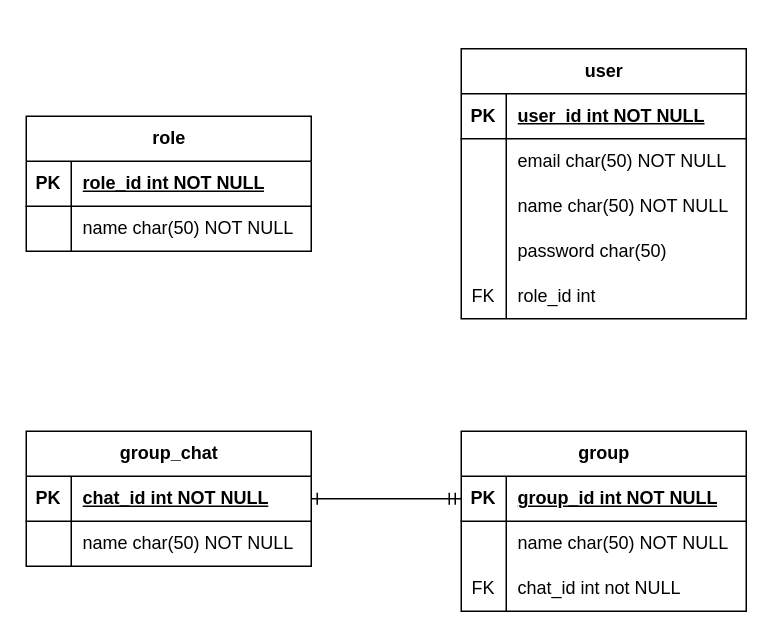
Earlier version of the draw.io diagram ER Digram.drawio (Riaz9588/Bit-Softs). Source tidied: cells renumbered, new cells numbered last; positions are measured from the earlier drawing's top-left corner, leaving out a move shared by most shapes. Both pictures are drawn from the tidied source at 150%, with x=0, y=0 at pixel (26, 48).
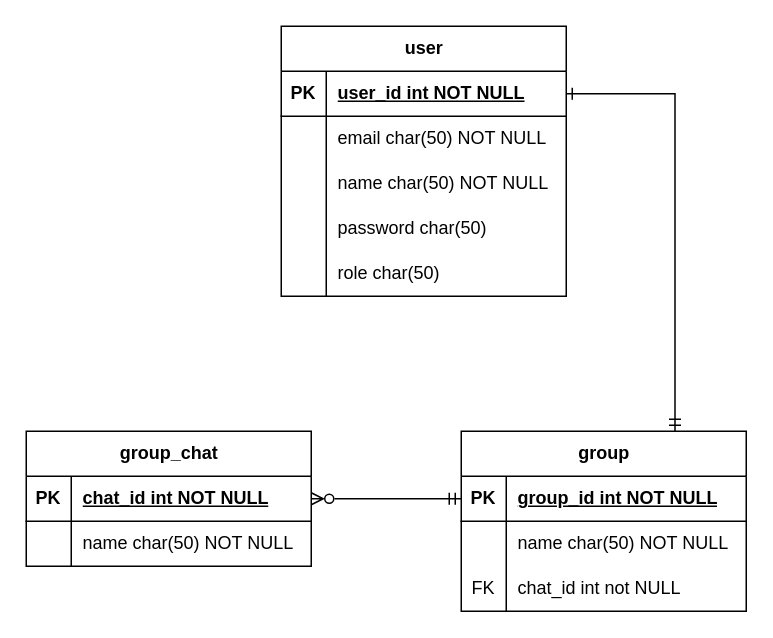
The same diagram, later.

The change refers to these unchanged cells:
```xml
<mxCell id="2" value="group" style="shape=table;startSize=30;childLayout=tableLayout;rowLines=0;fontStyle=1;align=center;html=1;" parent="1" vertex="1">
  <mxGeometry x="290" y="255" width="190" height="120" as="geometry" />
</mxCell>
<mxCell id="3" style="shape=tableRow;horizontal=0;startSize=0;swimlaneHead=0;swimlaneBody=0;fillColor=none;points=[[0,0.5],[1,0.5]];portConstraint=eastwest;top=0;left=0;right=0;bottom=1;" parent="2" vertex="1">
  <mxGeometry y="30" width="190" height="30" as="geometry" />
</mxCell>
<mxCell id="13" style="shape=tableRow;horizontal=0;startSize=0;swimlaneHead=0;swimlaneBody=0;fillColor=none;points=[[0,0.5],[1,0.5]];portConstraint=eastwest;top=0;left=0;right=0;bottom=1;" parent="12" vertex="1">
  <mxGeometry y="30" width="190" height="30" as="geometry" />
</mxCell>
<mxCell id="25" style="shape=tableRow;horizontal=0;startSize=0;swimlaneHead=0;swimlaneBody=0;fillColor=none;top=0;left=0;right=0;bottom=0;" parent="12" vertex="1">
  <mxGeometry y="150" width="190" height="30" as="geometry" />
</mxCell>
<mxCell id="36" style="shape=tableRow;horizontal=0;startSize=0;swimlaneHead=0;swimlaneBody=0;fillColor=none;points=[[0,0.5],[1,0.5]];portConstraint=eastwest;top=0;left=0;right=0;bottom=1;" parent="35" vertex="1">
  <mxGeometry y="30" width="190" height="30" as="geometry" />
</mxCell>
```

The edit, as a diff of the source:
```diff
@@
     <mxCell id="12" value="user" style="shape=table;startSize=30;childLayout=tableLayout;rowLines=0;fontStyle=1;align=center;html=1;" parent="1" vertex="1">
-      <mxGeometry x="290" width="190" height="180" as="geometry" />
+      <mxGeometry x="170" y="-15" width="190" height="180" as="geometry" />
     </mxCell>
@@
-    <mxCell id="26" value="FK" style="shape=partialRectangle;fillColor=none;top=0;left=0;bottom=0;right=0;overflow=hidden;whiteSpace=wrap;html=1;" parent="25" vertex="1">
+    <mxCell id="26" style="shape=partialRectangle;fillColor=none;top=0;left=0;bottom=0;right=0;overflow=hidden;whiteSpace=wrap;html=1;" parent="25" vertex="1">
       <mxGeometry width="30" height="30" as="geometry" />
     </mxCell>
-    <mxCell id="27" value="role_id int" style="shape=partialRectangle;fillColor=none;top=0;left=0;bottom=0;right=0;align=left;spacingLeft=6;overflow=hidden;whiteSpace=wrap;html=1;" parent="25" vertex="1">
+    <mxCell id="27" value="role char(50)" style="shape=partialRectangle;fillColor=none;top=0;left=0;bottom=0;right=0;align=left;spacingLeft=6;overflow=hidden;whiteSpace=wrap;html=1;" parent="25" vertex="1">
       <mxGeometry x="30" width="160" height="30" as="geometry" />
     </mxCell>
-    <mxCell id="28" value="role" style="shape=table;startSize=30;childLayout=tableLayout;rowLines=0;fontStyle=1;align=center;html=1;" parent="1" vertex="1">
-      <mxGeometry y="45" width="190" height="90" as="geometry" />
-    </mxCell>
-    <mxCell id="29" style="shape=tableRow;horizontal=0;startSize=0;swimlaneHead=0;swimlaneBody=0;fillColor=none;top=0;left=0;right=0;bottom=1;" parent="28" vertex="1">
-      <mxGeometry y="30" width="190" height="30" as="geometry" />
-    </mxCell>
-    <mxCell id="30" value="PK" style="shape=partialRectangle;fillColor=none;top=0;left=0;bottom=0;right=0;fontStyle=1;overflow=hidden;whiteSpace=wrap;html=1;" parent="29" vertex="1">
-      <mxGeometry width="30" height="30" as="geometry" />
-    </mxCell>
-    <mxCell id="31" value="role_id int NOT NULL" style="shape=partialRectangle;fillColor=none;top=0;left=0;bottom=0;right=0;align=left;spacingLeft=6;fontStyle=5;overflow=hidden;whiteSpace=wrap;html=1;" parent="29" vertex="1">
-      <mxGeometry x="30" width="160" height="30" as="geometry" />
-    </mxCell>
-    <mxCell id="32" style="shape=tableRow;horizontal=0;startSize=0;swimlaneHead=0;swimlaneBody=0;fillColor=none;top=0;left=0;right=0;bottom=0;" parent="28" vertex="1">
-      <mxGeometry y="60" width="190" height="30" as="geometry" />
-    </mxCell>
-    <mxCell id="33" style="shape=partialRectangle;fillColor=none;top=0;left=0;bottom=0;right=0;overflow=hidden;whiteSpace=wrap;html=1;" parent="32" vertex="1">
-      <mxGeometry width="30" height="30" as="geometry" />
-    </mxCell>
-    <mxCell id="34" value="name char(50) NOT NULL" style="shape=partialRectangle;fillColor=none;top=0;left=0;bottom=0;right=0;align=left;spacingLeft=6;overflow=hidden;whiteSpace=wrap;html=1;" parent="32" vertex="1">
-      <mxGeometry x="30" width="160" height="30" as="geometry" />
-    </mxCell>
@@
-    <mxCell id="42" style="edgeStyle=orthogonalEdgeStyle;rounded=0;jettySize=auto;html=1;entryX=1;entryY=0.5;entryDx=0;entryDy=0;startArrow=ERmandOne;startFill=0;endArrow=ERone;endFill=0;" parent="1" edge="1" source="3" target="36">
+    <mxCell id="42" style="edgeStyle=orthogonalEdgeStyle;rounded=0;jettySize=auto;html=1;entryX=1;entryY=0.5;entryDx=0;entryDy=0;startArrow=ERmandOne;startFill=0;endArrow=ERzeroToMany;endFill=0;" parent="1" edge="1" source="3" target="36">
       <mxGeometry relative="1" as="geometry" />
     </mxCell>
+    <mxCell id="43" style="edgeStyle=orthogonalEdgeStyle;rounded=0;jettySize=auto;html=1;entryX=0.75;entryY=0;entryDx=0;entryDy=0;startArrow=ERone;startFill=0;endArrow=ERmandOne;endFill=0;" parent="1" edge="1" source="13" target="2">
+      <mxGeometry relative="1" as="geometry" />
+    </mxCell>
```
